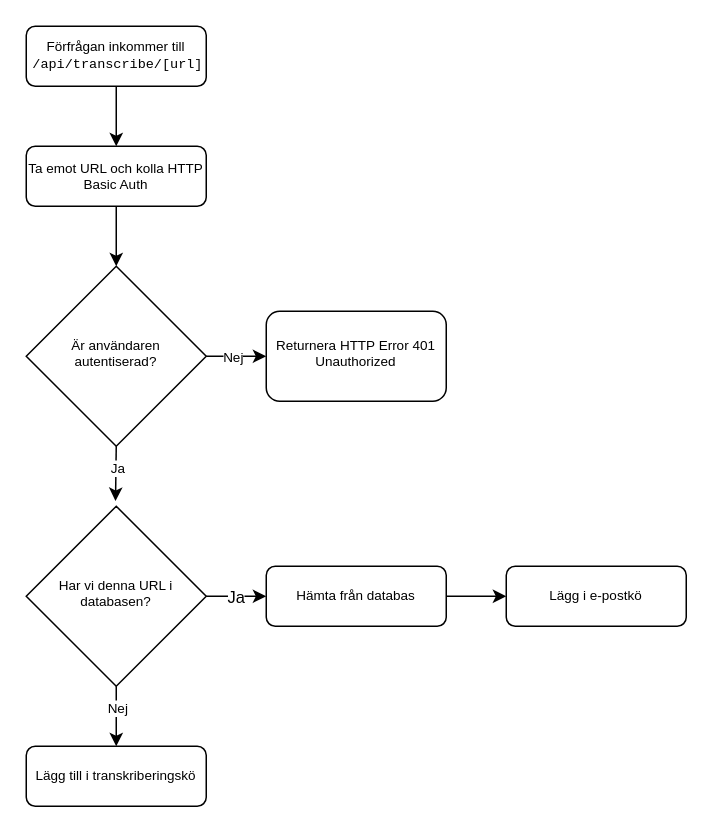
The draw.io diagram docs/images/system-flowchart.drawio in seffradev/youtube-transcription-service, before the edit. Source tidied: cells renumbered, new cells numbered last; positions are measured from the earlier drawing's top-left corner, leaving out a move shared by most shapes. Both pictures are drawn from the tidied source at 150%, with x=0, y=0 at pixel (26, 26).
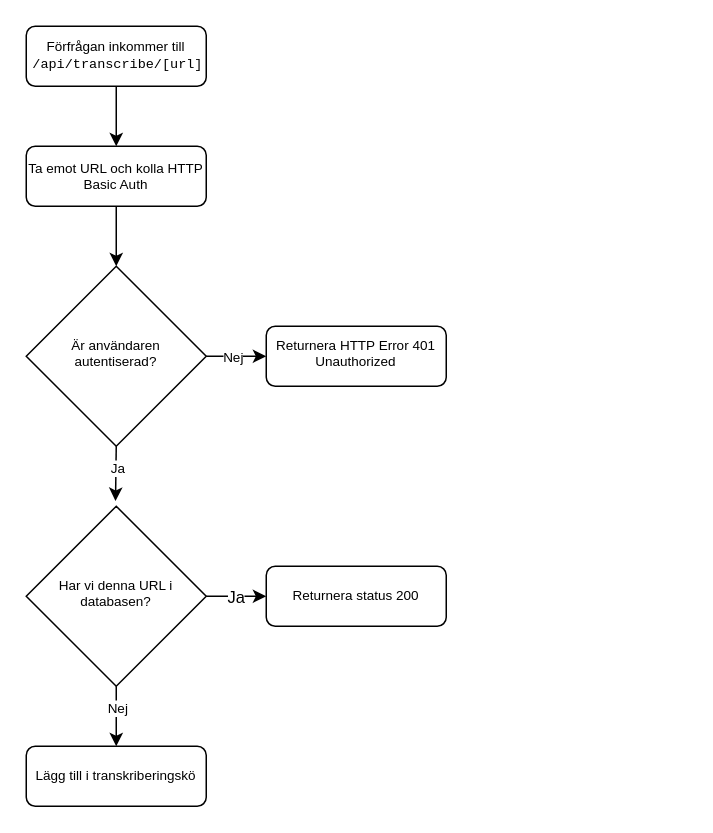
The same diagram, later.

What changed in the source:
```diff
@@
-    <mxCell id="9" style="edgeStyle=orthogonalEdgeStyle;rounded=0;jettySize=auto;html=1;" parent="1" edge="1" source="10" target="12">
-      <mxGeometry relative="1" as="geometry" />
-    </mxCell>
-    <mxCell id="10" value="Hämta från databas" style="rounded=1;whiteSpace=wrap;html=1;fontSize=9;glass=0;strokeWidth=1;shadow=0;" parent="1" vertex="1">
+    <mxCell id="10" value="Returnera status 200" style="rounded=1;whiteSpace=wrap;html=1;fontSize=9;glass=0;strokeWidth=1;shadow=0;" parent="1" vertex="1">
       <mxGeometry x="160" y="360" width="120" height="40" as="geometry" />
     </mxCell>
@@
-    <mxCell id="12" value="Lägg i e-postkö" style="rounded=1;whiteSpace=wrap;html=1;fontSize=9;glass=0;strokeWidth=1;shadow=0;" parent="1" vertex="1">
-      <mxGeometry x="320" y="360" width="120" height="40" as="geometry" />
-    </mxCell>
@@
     <mxCell id="18" value="Returnera HTTP Error 401 Unauthorized" style="whiteSpace=wrap;html=1;shadow=0;strokeWidth=1;spacing=6;spacingTop=-4;rounded=1;fontSize=9;" parent="1" vertex="1">
-      <mxGeometry x="160" y="190" width="120" height="60" as="geometry" />
+      <mxGeometry x="160" y="200" width="120" height="40" as="geometry" />
     </mxCell>
```
